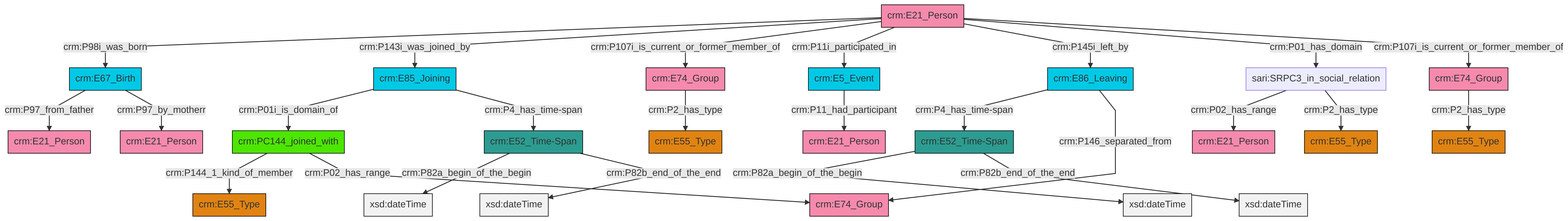
This is et/personCSV/ttl/mmd/png/Person_Actor_Relations.png from swiss-art-research-net/docs.swissartresearch, a Mermaid export, as it was before one commit. Its source is kept beside it as et/personCSV/ttl/mmd/Person_Actor_Relations.ttl.mmd.
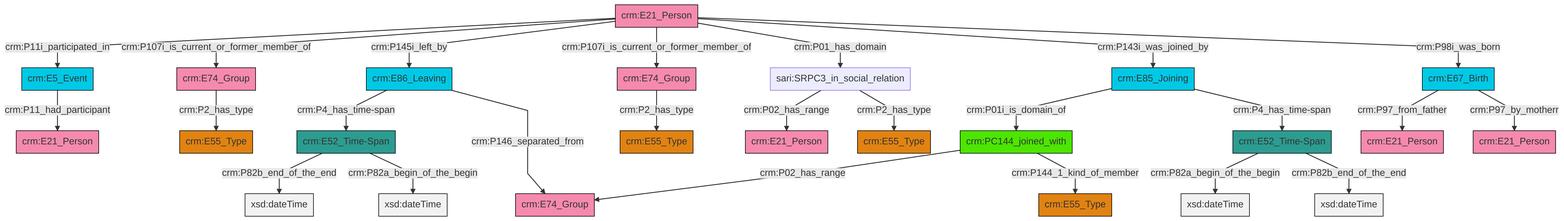
Later version of the same file.

The edit, as a diff of the source:
```diff
@@ -13,27 +13,27 @@
 classDef PC_Classes fill:#4ce600, stroke:#000000;
 classDef Multi fill:#cccccc,stroke:#000000;
 
-0["crm:E52_Time-Span"]:::Time-Span -->|crm:P82a_begin_of_the_begin| 1[xsd:dateTime]:::Literal
-4["crm:E21_Person"]:::Actor -->|crm:P98i_was_born| 5["crm:E67_Birth"]:::Temporal_Entity
-6["crm:PC144_joined_with"]:::PC_Classes -->|crm:P144_1_kind_of_member| 7["crm:E55_Type"]:::Type
-4["crm:E21_Person"]:::Actor -->|crm:P143i_was_joined_by| 14["crm:E85_Joining"]:::Temporal_Entity
-22["sari:SRPC3_in_social_relation"]:::Default -->|crm:P02_has_range| 17["crm:E21_Person"]:::Actor
-2["crm:E52_Time-Span"]:::Time-Span -->|crm:P82a_begin_of_the_begin| 23[xsd:dateTime]:::Literal
-19["crm:E74_Group"]:::Actor -->|crm:P2_has_type| 10["crm:E55_Type"]:::Type
-14["crm:E85_Joining"]:::Temporal_Entity -->|crm:P01i_is_domain_of| 6["crm:PC144_joined_with"]:::PC_Classes
-2["crm:E52_Time-Span"]:::Time-Span -->|crm:P82b_end_of_the_end| 25[xsd:dateTime]:::Literal
-4["crm:E21_Person"]:::Actor -->|crm:P107i_is_current_or_former_member_of| 26["crm:E74_Group"]:::Actor
-29["crm:E5_Event"]:::Temporal_Entity -->|crm:P11_had_participant| 30["crm:E21_Person"]:::Actor
-0["crm:E52_Time-Span"]:::Time-Span -->|crm:P82b_end_of_the_end| 31[xsd:dateTime]:::Literal
-4["crm:E21_Person"]:::Actor -->|crm:P11i_participated_in| 29["crm:E5_Event"]:::Temporal_Entity
-6["crm:PC144_joined_with"]:::PC_Classes -->|crm:P02_has_range| 34["crm:E74_Group"]:::Actor
-12["crm:E86_Leaving"]:::Temporal_Entity -->|crm:P4_has_time-span| 2["crm:E52_Time-Span"]:::Time-Span
-14["crm:E85_Joining"]:::Temporal_Entity -->|crm:P4_has_time-span| 0["crm:E52_Time-Span"]:::Time-Span
-4["crm:E21_Person"]:::Actor -->|crm:P145i_left_by| 12["crm:E86_Leaving"]:::Temporal_Entity
-12["crm:E86_Leaving"]:::Temporal_Entity -->|crm:P146_separated_from| 34["crm:E74_Group"]:::Actor
-22["sari:SRPC3_in_social_relation"]:::Default -->|crm:P2_has_type| 8["crm:E55_Type"]:::Type
-26["crm:E74_Group"]:::Actor -->|crm:P2_has_type| 27["crm:E55_Type"]:::Type
-4["crm:E21_Person"]:::Actor -->|crm:P01_has_domain| 22["sari:SRPC3_in_social_relation"]:::Default
-5["crm:E67_Birth"]:::Temporal_Entity -->|crm:P97_from_father| 38["crm:E21_Person"]:::Actor
-5["crm:E67_Birth"]:::Temporal_Entity -->|crm:P97_by_motherr| 41["crm:E21_Person"]:::Actor
-4["crm:E21_Person"]:::Actor -->|crm:P107i_is_current_or_former_member_of| 19["crm:E74_Group"]:::Actor
+0["crm:E86_Leaving"]:::Temporal_Entity -->|crm:P4_has_time-span| 1["crm:E52_Time-Span"]:::Time-Span
+2["crm:E21_Person"]:::Actor -->|crm:P11i_participated_in| 3["crm:E5_Event"]:::Temporal_Entity
+8["crm:PC144_joined_with"]:::PC_Classes -->|crm:P02_has_range| 9["crm:E74_Group"]:::Actor
+0["crm:E86_Leaving"]:::Temporal_Entity -->|crm:P146_separated_from| 9["crm:E74_Group"]:::Actor
+16["sari:SRPC3_in_social_relation"]:::Default -->|crm:P02_has_range| 6["crm:E21_Person"]:::Actor
+10["crm:E85_Joining"]:::Temporal_Entity -->|crm:P01i_is_domain_of| 8["crm:PC144_joined_with"]:::PC_Classes
+10["crm:E85_Joining"]:::Temporal_Entity -->|crm:P4_has_time-span| 22["crm:E52_Time-Span"]:::Time-Span
+1["crm:E52_Time-Span"]:::Time-Span -->|crm:P82b_end_of_the_end| 26[xsd:dateTime]:::Literal
+14["crm:E74_Group"]:::Actor -->|crm:P2_has_type| 23["crm:E55_Type"]:::Type
+2["crm:E21_Person"]:::Actor -->|crm:P107i_is_current_or_former_member_of| 14["crm:E74_Group"]:::Actor
+8["crm:PC144_joined_with"]:::PC_Classes -->|crm:P144_1_kind_of_member| 28["crm:E55_Type"]:::Type
+1["crm:E52_Time-Span"]:::Time-Span -->|crm:P82a_begin_of_the_begin| 29[xsd:dateTime]:::Literal
+2["crm:E21_Person"]:::Actor -->|crm:P145i_left_by| 0["crm:E86_Leaving"]:::Temporal_Entity
+2["crm:E21_Person"]:::Actor -->|crm:P107i_is_current_or_former_member_of| 30["crm:E74_Group"]:::Actor
+22["crm:E52_Time-Span"]:::Time-Span -->|crm:P82a_begin_of_the_begin| 31[xsd:dateTime]:::Literal
+22["crm:E52_Time-Span"]:::Time-Span -->|crm:P82b_end_of_the_end| 36[xsd:dateTime]:::Literal
+2["crm:E21_Person"]:::Actor -->|crm:P01_has_domain| 16["sari:SRPC3_in_social_relation"]:::Default
+2["crm:E21_Person"]:::Actor -->|crm:P143i_was_joined_by| 10["crm:E85_Joining"]:::Temporal_Entity
+34["crm:E67_Birth"]:::Temporal_Entity -->|crm:P97_from_father| 38["crm:E21_Person"]:::Actor
+2["crm:E21_Person"]:::Actor -->|crm:P98i_was_born| 34["crm:E67_Birth"]:::Temporal_Entity
+3["crm:E5_Event"]:::Temporal_Entity -->|crm:P11_had_participant| 4["crm:E21_Person"]:::Actor
+30["crm:E74_Group"]:::Actor -->|crm:P2_has_type| 18["crm:E55_Type"]:::Type
+34["crm:E67_Birth"]:::Temporal_Entity -->|crm:P97_by_motherr| 12["crm:E21_Person"]:::Actor
+16["sari:SRPC3_in_social_relation"]:::Default -->|crm:P2_has_type| 20["crm:E55_Type"]:::Type
```
